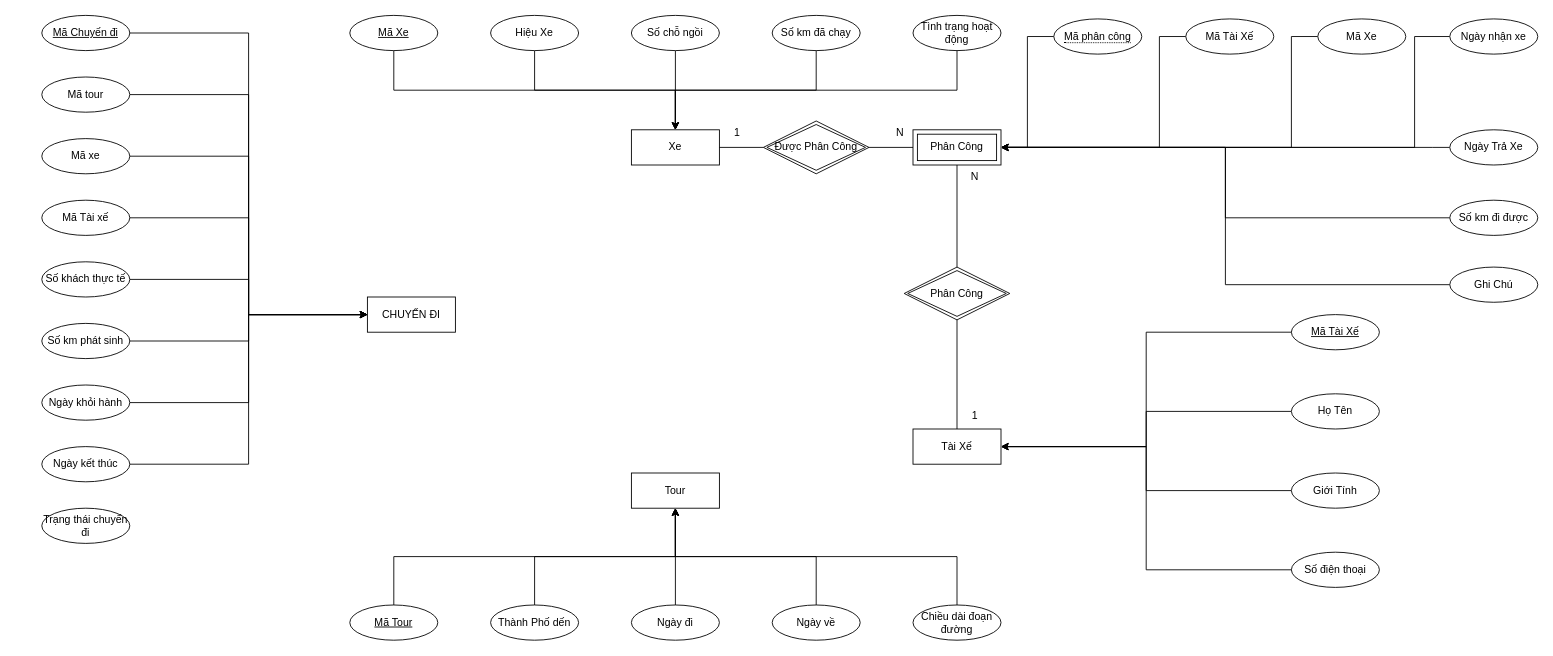
reality8080/DB_Chapter5_HW2 keeps this draw.io diagram as DB_HW5_2.drawio. Above is the earlier version. Source tidied: cells renumbered, new cells numbered last; positions are measured from the earlier drawing's top-left corner, leaving out a move shared by most shapes. Both pictures are drawn from the tidied source at 88%, with x=0, y=0 at pixel (41, 15).
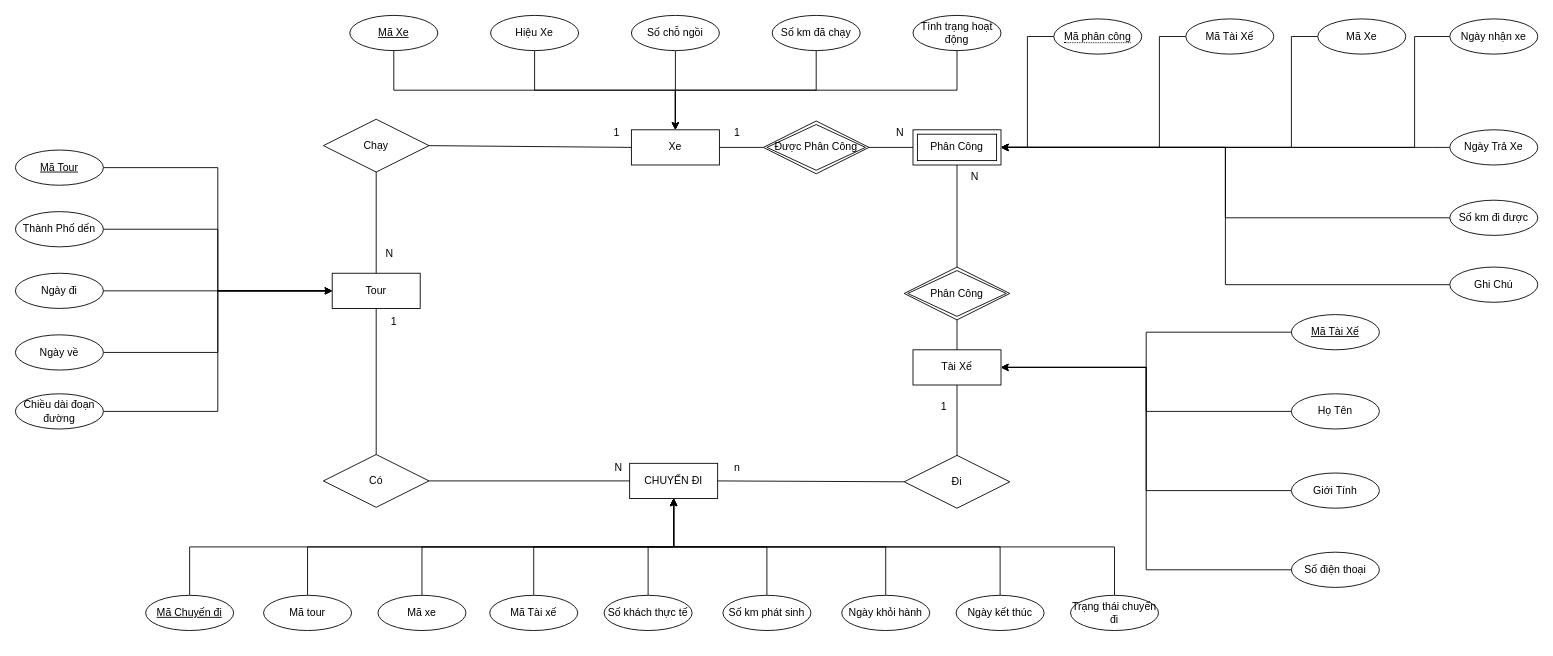
Above is the later version.

The change refers to these unchanged cells:
```xml
<mxCell id="2" value="Xe" style="whiteSpace=wrap;html=1;align=center;" parent="1" vertex="1">
  <mxGeometry x="670" y="130" width="100" height="40" as="geometry" />
</mxCell>
```

What changed in the source:
```diff
@@
     <mxCell id="3" value="Tài Xế" style="whiteSpace=wrap;html=1;align=center;" parent="1" vertex="1">
-      <mxGeometry x="990" y="470" width="100" height="40" as="geometry" />
+      <mxGeometry x="990" y="380" width="100" height="40" as="geometry" />
     </mxCell>
     <mxCell id="4" value="Tour" style="whiteSpace=wrap;html=1;align=center;" parent="1" vertex="1">
-      <mxGeometry x="670" y="520" width="100" height="40" as="geometry" />
+      <mxGeometry x="330" y="293" width="100" height="40" as="geometry" />
     </mxCell>
     <mxCell id="5" value="CHUYẾN ĐI" style="whiteSpace=wrap;html=1;align=center;" parent="1" vertex="1">
-      <mxGeometry x="370" y="320" width="100" height="40" as="geometry" />
+      <mxGeometry x="668" y="509" width="100" height="40" as="geometry" />
     </mxCell>
@@
-    <mxCell id="24" style="edgeStyle=orthogonalEdgeStyle;rounded=0;jettySize=auto;html=1;exitX=0.5;exitY=0;exitDx=0;exitDy=0;" parent="1" edge="1" source="25" target="4">
+    <mxCell id="24" style="edgeStyle=orthogonalEdgeStyle;rounded=0;jettySize=auto;html=1;exitX=1;exitY=0.5;exitDx=0;exitDy=0;entryX=0;entryY=0.5;entryDx=0;entryDy=0;" parent="1" edge="1" source="25" target="4">
       <mxGeometry relative="1" as="geometry" />
     </mxCell>
     <mxCell id="25" value="&lt;u&gt;Mã Tour&lt;/u&gt;" style="ellipse;whiteSpace=wrap;html=1;align=center;" parent="1" vertex="1">
-      <mxGeometry x="350" y="670" width="100" height="40" as="geometry" />
+      <mxGeometry x="-30" y="153" width="100" height="40" as="geometry" />
     </mxCell>
-    <mxCell id="26" style="edgeStyle=orthogonalEdgeStyle;rounded=0;jettySize=auto;html=1;exitX=0.5;exitY=0;exitDx=0;exitDy=0;" parent="1" edge="1" source="27" target="4">
+    <mxCell id="26" style="edgeStyle=orthogonalEdgeStyle;rounded=0;jettySize=auto;html=1;exitX=1;exitY=0.5;exitDx=0;exitDy=0;entryX=0;entryY=0.5;entryDx=0;entryDy=0;" parent="1" edge="1" source="27" target="4">
       <mxGeometry relative="1" as="geometry" />
     </mxCell>
     <mxCell id="27" value="Thành Phố dến" style="ellipse;whiteSpace=wrap;html=1;align=center;" parent="1" vertex="1">
-      <mxGeometry x="510" y="670" width="100" height="40" as="geometry" />
+      <mxGeometry x="-30" y="223" width="100" height="40" as="geometry" />
     </mxCell>
-    <mxCell id="28" style="edgeStyle=orthogonalEdgeStyle;rounded=0;jettySize=auto;html=1;exitX=0.5;exitY=0;exitDx=0;exitDy=0;" parent="1" edge="1" source="29" target="4">
+    <mxCell id="28" style="edgeStyle=orthogonalEdgeStyle;rounded=0;jettySize=auto;html=1;exitX=1;exitY=0.5;exitDx=0;exitDy=0;" parent="1" edge="1" source="29" target="4">
       <mxGeometry relative="1" as="geometry" />
     </mxCell>
     <mxCell id="29" value="Ngày đi" style="ellipse;whiteSpace=wrap;html=1;align=center;" parent="1" vertex="1">
-      <mxGeometry x="670" y="670" width="100" height="40" as="geometry" />
+      <mxGeometry x="-30" y="293" width="100" height="40" as="geometry" />
     </mxCell>
-    <mxCell id="30" style="edgeStyle=orthogonalEdgeStyle;rounded=0;jettySize=auto;html=1;exitX=0.5;exitY=0;exitDx=0;exitDy=0;" parent="1" edge="1" source="31" target="4">
+    <mxCell id="30" style="edgeStyle=orthogonalEdgeStyle;rounded=0;jettySize=auto;html=1;exitX=1;exitY=0.5;exitDx=0;exitDy=0;entryX=0;entryY=0.5;entryDx=0;entryDy=0;" parent="1" edge="1" source="31" target="4">
       <mxGeometry relative="1" as="geometry" />
     </mxCell>
     <mxCell id="31" value="Ngày về" style="ellipse;whiteSpace=wrap;html=1;align=center;" parent="1" vertex="1">
-      <mxGeometry x="830" y="670" width="100" height="40" as="geometry" />
+      <mxGeometry x="-30" y="363" width="100" height="40" as="geometry" />
     </mxCell>
-    <mxCell id="32" style="edgeStyle=orthogonalEdgeStyle;rounded=0;jettySize=auto;html=1;exitX=0.5;exitY=0;exitDx=0;exitDy=0;" parent="1" edge="1" source="33" target="4">
+    <mxCell id="32" style="edgeStyle=orthogonalEdgeStyle;rounded=0;jettySize=auto;html=1;exitX=1;exitY=0.5;exitDx=0;exitDy=0;entryX=0;entryY=0.5;entryDx=0;entryDy=0;" parent="1" edge="1" source="33" target="4">
       <mxGeometry relative="1" as="geometry" />
     </mxCell>
     <mxCell id="33" value="Chiều dài đoạn đường" style="ellipse;whiteSpace=wrap;html=1;align=center;" parent="1" vertex="1">
-      <mxGeometry x="990" y="670" width="100" height="40" as="geometry" />
+      <mxGeometry x="-30" y="430" width="100" height="40" as="geometry" />
     </mxCell>
-    <mxCell id="34" style="edgeStyle=orthogonalEdgeStyle;rounded=0;jettySize=auto;html=1;exitX=1;exitY=0.5;exitDx=0;exitDy=0;entryX=0;entryY=0.5;entryDx=0;entryDy=0;" parent="1" edge="1" source="35" target="5">
+    <mxCell id="34" style="edgeStyle=orthogonalEdgeStyle;rounded=0;jettySize=auto;html=1;exitX=0.5;exitY=0;exitDx=0;exitDy=0;" parent="1" edge="1" source="35" target="5">
       <mxGeometry relative="1" as="geometry" />
     </mxCell>
     <mxCell id="35" value="Mã Chuyến đi" style="ellipse;whiteSpace=wrap;html=1;align=center;fontStyle=4;" parent="1" vertex="1">
-      <mxGeometry width="100" height="40" as="geometry" />
+      <mxGeometry x="118" y="659" width="100" height="40" as="geometry" />
     </mxCell>
-    <mxCell id="36" style="edgeStyle=orthogonalEdgeStyle;rounded=0;jettySize=auto;html=1;exitX=1;exitY=0.5;exitDx=0;exitDy=0;entryX=0;entryY=0.5;entryDx=0;entryDy=0;" parent="1" edge="1" source="37" target="5">
+    <mxCell id="36" style="edgeStyle=orthogonalEdgeStyle;rounded=0;jettySize=auto;html=1;exitX=0.5;exitY=0;exitDx=0;exitDy=0;" parent="1" edge="1" source="37" target="5">
       <mxGeometry relative="1" as="geometry" />
     </mxCell>
     <mxCell id="37" value="Mã tour" style="ellipse;whiteSpace=wrap;html=1;align=center;" parent="1" vertex="1">
-      <mxGeometry y="70" width="100" height="40" as="geometry" />
+      <mxGeometry x="252" y="659" width="100" height="40" as="geometry" />
     </mxCell>
-    <mxCell id="38" style="edgeStyle=orthogonalEdgeStyle;rounded=0;jettySize=auto;html=1;exitX=1;exitY=0.5;exitDx=0;exitDy=0;entryX=0;entryY=0.5;entryDx=0;entryDy=0;" parent="1" edge="1" source="39" target="5">
+    <mxCell id="38" style="edgeStyle=orthogonalEdgeStyle;rounded=0;jettySize=auto;html=1;exitX=0.5;exitY=0;exitDx=0;exitDy=0;" parent="1" edge="1" source="39" target="5">
       <mxGeometry relative="1" as="geometry" />
     </mxCell>
     <mxCell id="39" value="Mã xe" style="ellipse;whiteSpace=wrap;html=1;align=center;" parent="1" vertex="1">
-      <mxGeometry y="140" width="100" height="40" as="geometry" />
+      <mxGeometry x="382" y="659" width="100" height="40" as="geometry" />
     </mxCell>
-    <mxCell id="40" style="edgeStyle=orthogonalEdgeStyle;rounded=0;jettySize=auto;html=1;exitX=1;exitY=0.5;exitDx=0;exitDy=0;entryX=0;entryY=0.5;entryDx=0;entryDy=0;" parent="1" edge="1" source="41" target="5">
+    <mxCell id="40" style="edgeStyle=orthogonalEdgeStyle;rounded=0;jettySize=auto;html=1;exitX=0.5;exitY=0;exitDx=0;exitDy=0;" parent="1" edge="1" source="41" target="5">
       <mxGeometry relative="1" as="geometry" />
     </mxCell>
     <mxCell id="41" value="Mã Tài xế" style="ellipse;whiteSpace=wrap;html=1;align=center;" parent="1" vertex="1">
-      <mxGeometry y="210" width="100" height="40" as="geometry" />
+      <mxGeometry x="509" y="659" width="100" height="40" as="geometry" />
     </mxCell>
-    <mxCell id="42" style="edgeStyle=orthogonalEdgeStyle;rounded=0;jettySize=auto;html=1;exitX=1;exitY=0.5;exitDx=0;exitDy=0;" parent="1" edge="1" source="43" target="5">
+    <mxCell id="42" style="edgeStyle=orthogonalEdgeStyle;rounded=0;jettySize=auto;html=1;exitX=0.5;exitY=0;exitDx=0;exitDy=0;" parent="1" edge="1" source="43" target="5">
       <mxGeometry relative="1" as="geometry" />
     </mxCell>
     <mxCell id="43" value="Số khách thực tế" style="ellipse;whiteSpace=wrap;html=1;align=center;" parent="1" vertex="1">
-      <mxGeometry y="280" width="100" height="40" as="geometry" />
+      <mxGeometry x="639" y="659" width="100" height="40" as="geometry" />
     </mxCell>
-    <mxCell id="44" style="edgeStyle=orthogonalEdgeStyle;rounded=0;jettySize=auto;html=1;exitX=1;exitY=0.5;exitDx=0;exitDy=0;" parent="1" edge="1" source="45" target="5">
+    <mxCell id="44" style="edgeStyle=orthogonalEdgeStyle;rounded=0;jettySize=auto;html=1;exitX=0.5;exitY=0;exitDx=0;exitDy=0;" parent="1" edge="1" source="45" target="5">
       <mxGeometry relative="1" as="geometry" />
     </mxCell>
     <mxCell id="45" value="Số km phát sinh" style="ellipse;whiteSpace=wrap;html=1;align=center;" parent="1" vertex="1">
-      <mxGeometry y="350" width="100" height="40" as="geometry" />
+      <mxGeometry x="774" y="659" width="100" height="40" as="geometry" />
     </mxCell>
-    <mxCell id="46" style="edgeStyle=orthogonalEdgeStyle;rounded=0;jettySize=auto;html=1;exitX=1;exitY=0.5;exitDx=0;exitDy=0;entryX=0;entryY=0.5;entryDx=0;entryDy=0;" parent="1" edge="1" source="47" target="5">
+    <mxCell id="46" style="edgeStyle=orthogonalEdgeStyle;rounded=0;jettySize=auto;html=1;exitX=0.5;exitY=0;exitDx=0;exitDy=0;" parent="1" edge="1" source="47" target="5">
       <mxGeometry relative="1" as="geometry" />
     </mxCell>
     <mxCell id="47" value="Ngày khỏi hành" style="ellipse;whiteSpace=wrap;html=1;align=center;" parent="1" vertex="1">
-      <mxGeometry y="420" width="100" height="40" as="geometry" />
+      <mxGeometry x="909" y="659" width="100" height="40" as="geometry" />
     </mxCell>
-    <mxCell id="48" style="edgeStyle=orthogonalEdgeStyle;rounded=0;jettySize=auto;html=1;exitX=1;exitY=0.5;exitDx=0;exitDy=0;entryX=0;entryY=0.5;entryDx=0;entryDy=0;" parent="1" edge="1" source="49" target="5">
+    <mxCell id="48" style="edgeStyle=orthogonalEdgeStyle;rounded=0;jettySize=auto;html=1;exitX=0.5;exitY=0;exitDx=0;exitDy=0;" parent="1" edge="1" source="49" target="5">
       <mxGeometry relative="1" as="geometry" />
     </mxCell>
     <mxCell id="49" value="Ngày kết thúc" style="ellipse;whiteSpace=wrap;html=1;align=center;" parent="1" vertex="1">
-      <mxGeometry y="490" width="100" height="40" as="geometry" />
+      <mxGeometry x="1039" y="659" width="100" height="40" as="geometry" />
     </mxCell>
+    <mxCell id="76" style="edgeStyle=orthogonalEdgeStyle;rounded=0;jettySize=auto;html=1;exitX=0.5;exitY=0;exitDx=0;exitDy=0;" parent="1" edge="1" source="50" target="5">
+      <mxGeometry relative="1" as="geometry" />
+    </mxCell>
     <mxCell id="50" value="Trạng thái chuyến đi" style="ellipse;whiteSpace=wrap;html=1;align=center;" parent="1" vertex="1">
-      <mxGeometry y="560" width="100" height="40" as="geometry" />
+      <mxGeometry x="1169" y="659" width="100" height="40" as="geometry" />
     </mxCell>
@@
-    <mxCell id="75" value="1" style="text;html=1;align=center;verticalAlign=middle;strokeColor=none;fillColor=none;" parent="1" vertex="1">
-      <mxGeometry x="1045" y="440" width="30" height="30" as="geometry" />
-    </mxCell>
+    <mxCell id="77" value="Chạy" style="shape=rhombus;perimeter=rhombusPerimeter;whiteSpace=wrap;html=1;align=center;" parent="1" vertex="1">
+      <mxGeometry x="320" y="118" width="120" height="60" as="geometry" />
+    </mxCell>
+    <mxCell id="78" style="endArrow=none;html=1;rounded=0;exitX=1;exitY=0.5;exitDx=0;exitDy=0;entryX=0;entryY=0.5;entryDx=0;entryDy=0;" parent="1" edge="1" source="77" target="2">
+      <mxGeometry relative="1" as="geometry" />
+    </mxCell>
+    <mxCell id="79" value="1" style="text;html=1;align=center;verticalAlign=middle;strokeColor=none;fillColor=none;" parent="1" vertex="1">
+      <mxGeometry x="638" y="118" width="30" height="30" as="geometry" />
+    </mxCell>
+    <mxCell id="80" style="endArrow=none;html=1;rounded=0;exitX=0.5;exitY=1;exitDx=0;exitDy=0;entryX=0.5;entryY=0;entryDx=0;entryDy=0;" parent="1" edge="1" source="77" target="4">
+      <mxGeometry relative="1" as="geometry" />
+    </mxCell>
+    <mxCell id="81" value="N" style="text;html=1;align=center;verticalAlign=middle;strokeColor=none;fillColor=none;" parent="1" vertex="1">
+      <mxGeometry x="380" y="256" width="30" height="30" as="geometry" />
+    </mxCell>
+    <mxCell id="82" value="Có" style="shape=rhombus;perimeter=rhombusPerimeter;whiteSpace=wrap;html=1;align=center;" parent="1" vertex="1">
+      <mxGeometry x="320" y="499" width="120" height="60" as="geometry" />
+    </mxCell>
+    <mxCell id="83" style="endArrow=none;html=1;rounded=0;exitX=1;exitY=0.5;exitDx=0;exitDy=0;entryX=0;entryY=0.5;entryDx=0;entryDy=0;" parent="1" edge="1" source="82" target="5">
+      <mxGeometry relative="1" as="geometry" />
+    </mxCell>
+    <mxCell id="84" value="N" style="text;html=1;align=center;verticalAlign=middle;strokeColor=none;fillColor=none;" parent="1" vertex="1">
+      <mxGeometry x="640" y="499" width="30" height="30" as="geometry" />
+    </mxCell>
+    <mxCell id="85" style="endArrow=none;html=1;rounded=0;exitX=0.5;exitY=1;exitDx=0;exitDy=0;entryX=0.5;entryY=0;entryDx=0;entryDy=0;" parent="1" edge="1" source="4" target="82">
+      <mxGeometry relative="1" as="geometry" />
+    </mxCell>
+    <mxCell id="86" value="1" style="text;html=1;align=center;verticalAlign=middle;strokeColor=none;fillColor=none;" parent="1" vertex="1">
+      <mxGeometry x="385" y="333" width="30" height="30" as="geometry" />
+    </mxCell>
+    <mxCell id="87" value="Đi" style="shape=rhombus;perimeter=rhombusPerimeter;whiteSpace=wrap;html=1;align=center;" parent="1" vertex="1">
+      <mxGeometry x="980" y="500" width="120" height="60" as="geometry" />
+    </mxCell>
+    <mxCell id="88" style="endArrow=none;html=1;rounded=0;exitX=1;exitY=0.5;exitDx=0;exitDy=0;entryX=0;entryY=0.5;entryDx=0;entryDy=0;" parent="1" edge="1" source="5" target="87">
+      <mxGeometry relative="1" as="geometry" />
+    </mxCell>
+    <mxCell id="89" value="n" style="text;html=1;align=center;verticalAlign=middle;strokeColor=none;fillColor=none;" parent="1" vertex="1">
+      <mxGeometry x="775" y="499" width="30" height="30" as="geometry" />
+    </mxCell>
+    <mxCell id="90" style="endArrow=none;html=1;rounded=0;exitX=0.5;exitY=1;exitDx=0;exitDy=0;entryX=0.5;entryY=0;entryDx=0;entryDy=0;" parent="1" edge="1" source="3" target="87">
+      <mxGeometry relative="1" as="geometry" />
+    </mxCell>
+    <mxCell id="91" value="1" style="text;html=1;align=center;verticalAlign=middle;strokeColor=none;fillColor=none;" parent="1" vertex="1">
+      <mxGeometry x="1010" y="430" width="30" height="30" as="geometry" />
+    </mxCell>
```
